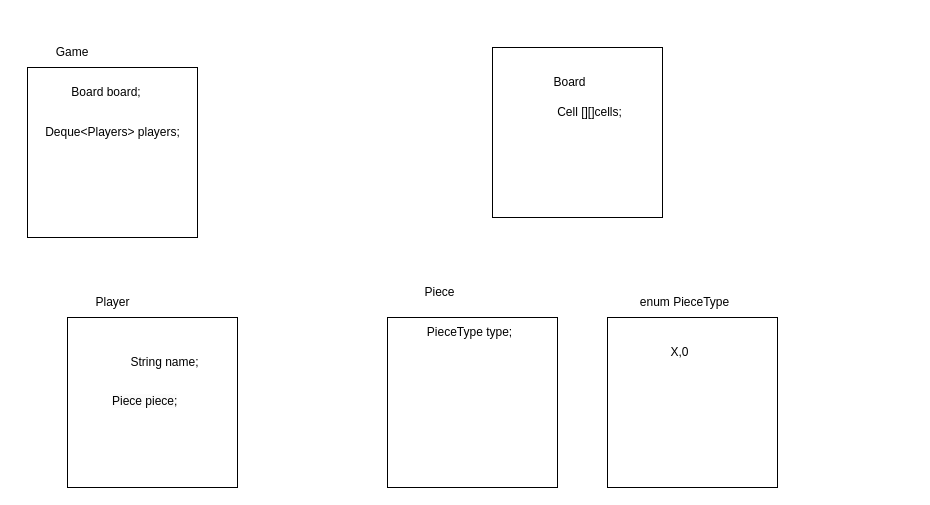
Earlier version of the draw.io diagram Tic-Toc_toe.drawio (NM4736/LLD). Source tidied: cells renumbered, new cells numbered last; positions are measured from the earlier drawing's top-left corner, leaving out a move shared by most shapes. Both pictures are drawn from the tidied source at 100%, with x=0, y=0 at pixel (17, 37).
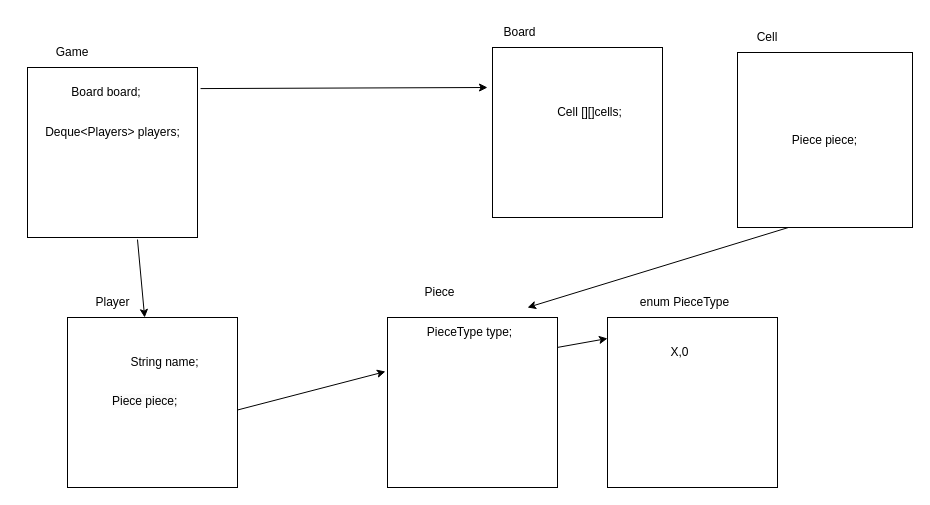
The same diagram, later.

The change refers to these unchanged cells:
```xml
<mxCell id="2" style="whiteSpace=wrap;html=1;" parent="1" vertex="1">
  <mxGeometry x="10" y="30" width="170" height="170" as="geometry" />
</mxCell>
<mxCell id="3" style="whiteSpace=wrap;html=1;" parent="1" vertex="1">
  <mxGeometry x="50" y="280" width="170" height="170" as="geometry" />
</mxCell>
<mxCell id="4" style="whiteSpace=wrap;html=1;" parent="1" vertex="1">
  <mxGeometry x="370" y="280" width="170" height="170" as="geometry" />
</mxCell>
<mxCell id="15" value="&lt;span style=&quot;color: rgb(0, 0, 0); font-family: Helvetica; font-size: 12px; font-style: normal; font-variant-ligatures: normal; font-variant-caps: normal; font-weight: 400; letter-spacing: normal; orphans: 2; text-align: center; text-indent: 0px; text-transform: none; widows: 2; word-spacing: 0px; -webkit-text-stroke-width: 0px; background-color: rgb(251, 251, 251); text-decoration-thickness: initial; text-decoration-style: initial; text-decoration-color: initial; float: none; display: inline !important;&quot;&gt;Piece piece;&lt;/span&gt;" style="text;whiteSpace=wrap;html=1;" parent="1" vertex="1">
  <mxGeometry x="92.5" y="350" width="127.5" height="30" as="geometry" />
</mxCell>
```

The edit, as a diff of the source:
```diff
@@
     <mxCell id="10" value="Board" style="text;html=1;strokeColor=none;fillColor=none;align=center;verticalAlign=middle;whiteSpace=wrap;rounded=0;" parent="1" vertex="1">
-      <mxGeometry x="480" y="30" width="145" height="30" as="geometry" />
+      <mxGeometry x="430" y="-20" width="145" height="30" as="geometry" />
     </mxCell>
@@
+    <mxCell id="19" style="endArrow=classic;html=1;rounded=0;exitX=1.018;exitY=0.124;exitDx=0;exitDy=0;exitPerimeter=0;" parent="1" edge="1" source="2">
+      <mxGeometry relative="1" as="geometry">
+        <mxPoint x="470" y="50" as="targetPoint" />
+      </mxGeometry>
+    </mxCell>
+    <mxCell id="20" style="endArrow=classic;html=1;rounded=0;exitX=0.647;exitY=1.012;exitDx=0;exitDy=0;exitPerimeter=0;" parent="1" edge="1" source="2" target="3">
+      <mxGeometry relative="1" as="geometry" />
+    </mxCell>
+    <mxCell id="21" style="endArrow=classic;html=1;rounded=0;exitX=1;exitY=0.75;exitDx=0;exitDy=0;entryX=-0.012;entryY=0.318;entryDx=0;entryDy=0;entryPerimeter=0;" parent="1" edge="1" source="15" target="4">
+      <mxGeometry relative="1" as="geometry" />
+    </mxCell>
+    <mxCell id="22" style="endArrow=classic;html=1;rounded=0;exitX=1;exitY=0.176;exitDx=0;exitDy=0;entryX=-0.012;entryY=0.318;entryDx=0;entryDy=0;entryPerimeter=0;exitPerimeter=0;" parent="1" edge="1" source="4">
+      <mxGeometry relative="1" as="geometry">
+        <mxPoint x="590" y="301" as="targetPoint" />
+      </mxGeometry>
+    </mxCell>
+    <mxCell id="23" value="Piece piece;" style="whiteSpace=wrap;html=1;" parent="1" vertex="1">
+      <mxGeometry x="720" y="15" width="175" height="175" as="geometry" />
+    </mxCell>
+    <mxCell id="24" value="Cell" style="text;html=1;strokeColor=none;fillColor=none;align=center;verticalAlign=middle;whiteSpace=wrap;rounded=0;" parent="1" vertex="1">
+      <mxGeometry x="720" y="-15" width="60" height="30" as="geometry" />
+    </mxCell>
+    <mxCell id="25" style="endArrow=classic;html=1;rounded=0;exitX=0.291;exitY=1;exitDx=0;exitDy=0;exitPerimeter=0;" parent="1" edge="1" source="23">
+      <mxGeometry relative="1" as="geometry">
+        <mxPoint x="510" y="270" as="targetPoint" />
+      </mxGeometry>
+    </mxCell>
```
